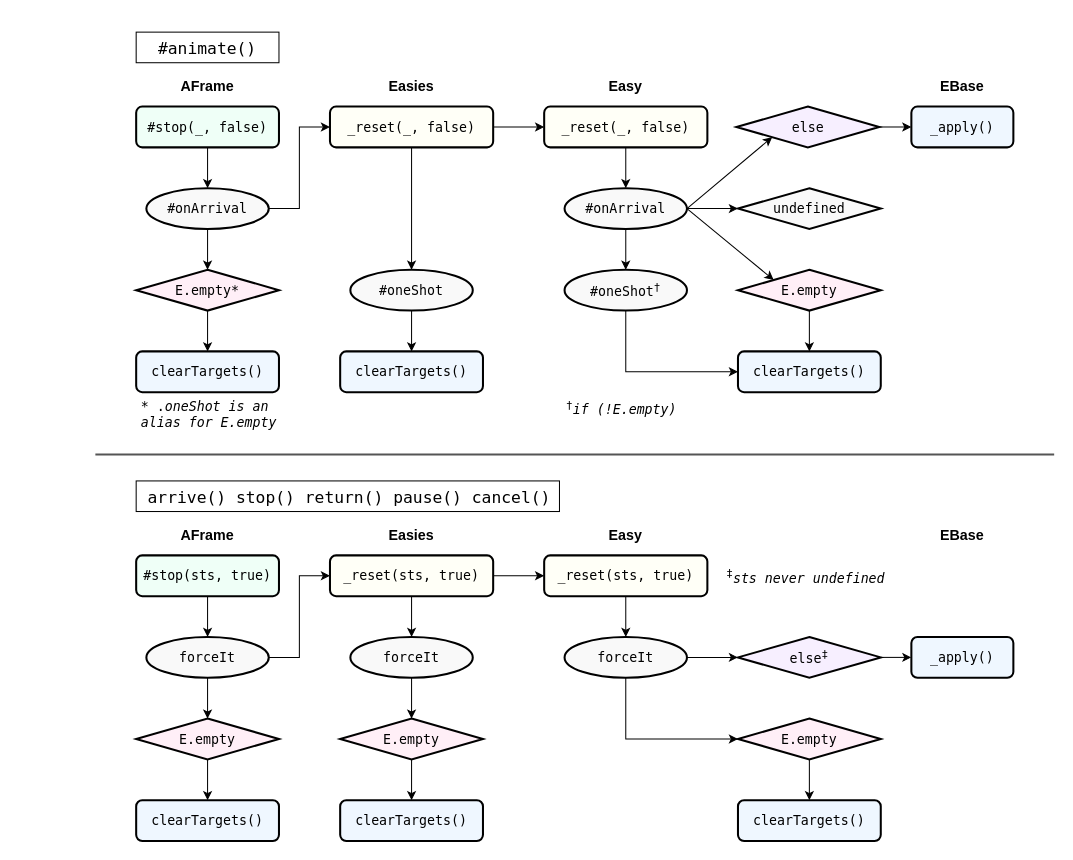
The draw.io diagram docs/raf-onArrival.drawio in sidewayss/rAF, before the edit. Source tidied: cells renumbered, new cells numbered last; positions are measured from the earlier drawing's top-left corner, leaving out a move shared by most shapes. Both pictures are drawn from the tidied source at 102%, with x=0, y=0 at pixel (95, 32).
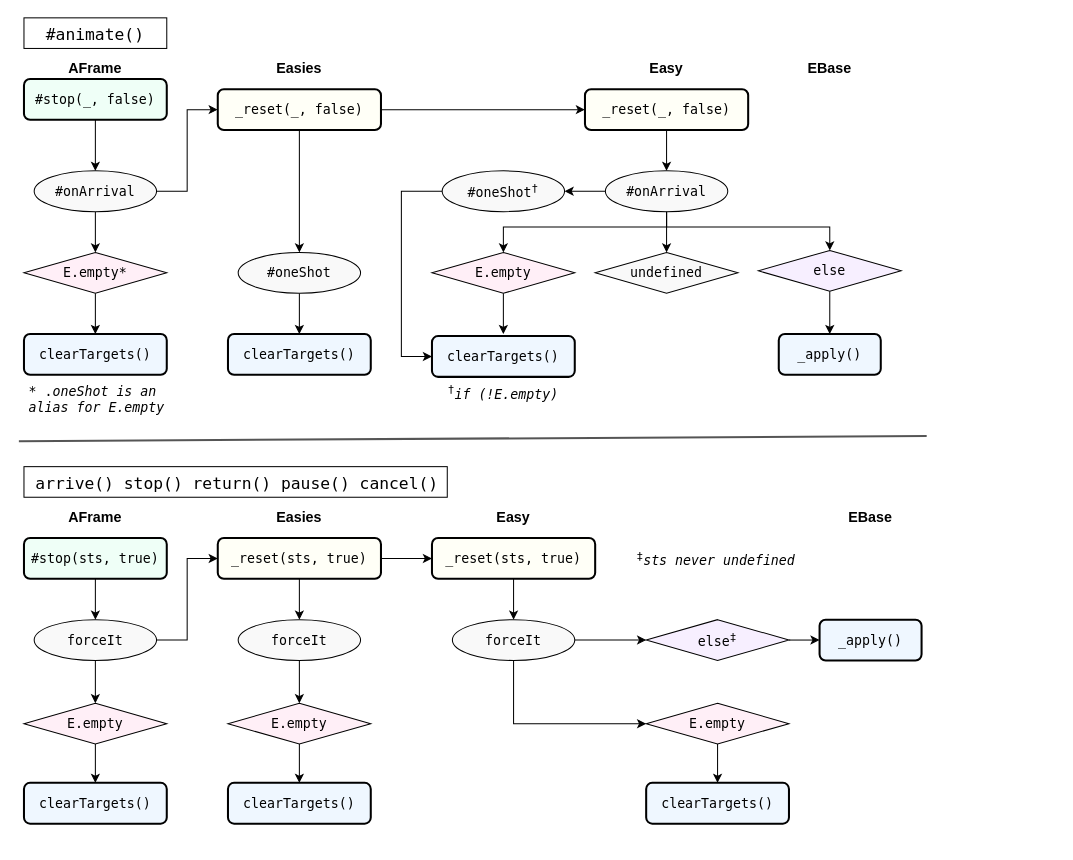
The same diagram, later.

What changed in the source:
```diff
@@
     <mxCell id="4" value="_reset(_, false)" style="rounded=1;whiteSpace=wrap;html=1;fontFamily=Lucida Console;fontSize=13;fontStyle=0;strokeWidth=2;fillColor=#FFFFF7;" parent="1" vertex="1">
-      <mxGeometry x="230" y="73" width="160" height="40" as="geometry" />
+      <mxGeometry x="120" y="56" width="160" height="40" as="geometry" />
     </mxCell>
     <mxCell id="5" value="AFrame" style="text;html=1;align=center;verticalAlign=middle;whiteSpace=wrap;rounded=0;fontSize=14;fontStyle=1;" parent="1" vertex="1">
-      <mxGeometry x="50" y="43" width="120" height="20" as="geometry" />
+      <mxGeometry x="-60" y="26" width="120" height="20" as="geometry" />
     </mxCell>
     <mxCell id="6" value="Easies" style="text;html=1;align=center;verticalAlign=middle;whiteSpace=wrap;rounded=0;fontSize=14;fontStyle=1;" parent="1" vertex="1">
-      <mxGeometry x="250" y="43" width="120" height="20" as="geometry" />
+      <mxGeometry x="140" y="26" width="120" height="20" as="geometry" />
     </mxCell>
     <mxCell id="7" value="Easy" style="text;html=1;align=center;verticalAlign=middle;whiteSpace=wrap;rounded=0;fontSize=14;fontStyle=1;" parent="1" vertex="1">
-      <mxGeometry x="460" y="43" width="120" height="20" as="geometry" />
+      <mxGeometry x="500" y="26" width="120" height="20" as="geometry" />
     </mxCell>
     <mxCell id="8" value="EBase" style="text;html=1;align=center;verticalAlign=middle;whiteSpace=wrap;rounded=0;fontSize=14;fontStyle=1;" parent="1" vertex="1">
-      <mxGeometry x="790" y="43" width="120" height="20" as="geometry" />
+      <mxGeometry x="660" y="26" width="120" height="20" as="geometry" />
     </mxCell>
@@
-    <mxCell id="11" value="#&lt;span style=&quot;background-color: initial;&quot;&gt;onArrival&lt;/span&gt;" style="ellipse;whiteSpace=wrap;html=1;fontFamily=Lucida Console;fontSize=13;strokeWidth=2;fillColor=#f9f9f9;" parent="1" vertex="1">
-      <mxGeometry x="50" y="153" width="120" height="40" as="geometry" />
+    <mxCell id="11" value="#&lt;span style=&quot;background-color: initial;&quot;&gt;onArrival&lt;/span&gt;" style="ellipse;whiteSpace=wrap;html=1;fontFamily=Lucida Console;fontSize=13;strokeWidth=1;fillColor=#f9f9f9;" parent="1" vertex="1">
+      <mxGeometry x="-60" y="136" width="120" height="40" as="geometry" />
     </mxCell>
@@
     <mxCell id="13" value="_reset(_, false)" style="rounded=1;whiteSpace=wrap;html=1;fontFamily=Lucida Console;fontSize=13;fontStyle=0;strokeWidth=2;fillColor=#FFFFF7;" parent="1" vertex="1">
-      <mxGeometry x="440" y="73" width="160" height="40" as="geometry" />
+      <mxGeometry x="480" y="56" width="160" height="40" as="geometry" />
     </mxCell>
-    <mxCell id="14" style="edgeStyle=orthogonalEdgeStyle;rounded=0;jettySize=auto;html=1;exitX=0.5;exitY=1;exitDx=0;exitDy=0;entryX=0.5;entryY=0;entryDx=0;entryDy=0;" parent="1" edge="1" source="17" target="22">
-      <mxGeometry relative="1" as="geometry" />
-    </mxCell>
-    <mxCell id="15" style="edgeStyle=orthogonalEdgeStyle;rounded=0;jettySize=auto;html=1;exitX=1;exitY=0.5;exitDx=0;exitDy=0;entryX=0;entryY=0.5;entryDx=0;entryDy=0;" parent="1" edge="1" source="17" target="56">
+    <mxCell id="15" style="edgeStyle=orthogonalEdgeStyle;rounded=0;jettySize=auto;html=1;exitX=0.5;exitY=1;exitDx=0;exitDy=0;entryX=0.5;entryY=0;entryDx=0;entryDy=0;" parent="1" edge="1" source="17" target="56">
       <mxGeometry relative="1" as="geometry" />
     </mxCell>
-    <mxCell id="16" style="rounded=0;jettySize=auto;html=1;exitX=1;exitY=0.5;exitDx=0;exitDy=0;entryX=0;entryY=0;entryDx=0;entryDy=0;" parent="1" edge="1" source="17" target="58">
-      <mxGeometry relative="1" as="geometry" />
+    <mxCell id="16" style="edgeStyle=orthogonalEdgeStyle;rounded=0;jettySize=auto;html=1;exitX=0.5;exitY=1;exitDx=0;exitDy=0;entryX=0.5;entryY=0;entryDx=0;entryDy=0;" parent="1" edge="1" source="17" target="58">
+      <mxGeometry relative="1" as="geometry">
+        <Array as="points">
+          <mxPoint x="560" y="191" />
+          <mxPoint x="400" y="191" />
+        </Array>
+      </mxGeometry>
     </mxCell>
+    <mxCell id="14" style="edgeStyle=orthogonalEdgeStyle;rounded=0;jettySize=auto;html=1;exitX=0;exitY=0.5;exitDx=0;exitDy=0;entryX=1;entryY=0.5;entryDx=0;entryDy=0;" parent="1" edge="1" source="17" target="22">
+      <mxGeometry relative="1" as="geometry" />
+    </mxCell>
-    <mxCell id="17" value="#&lt;span style=&quot;background-color: initial;&quot;&gt;onArrival&lt;/span&gt;" style="ellipse;whiteSpace=wrap;html=1;fontFamily=Lucida Console;fontSize=13;strokeWidth=2;fillColor=#f9f9f9;" parent="1" vertex="1">
-      <mxGeometry x="460" y="153" width="120" height="40" as="geometry" />
+    <mxCell id="17" value="#&lt;span style=&quot;background-color: initial;&quot;&gt;onArrival&lt;/span&gt;" style="ellipse;whiteSpace=wrap;html=1;fontFamily=Lucida Console;fontSize=13;strokeWidth=1;fillColor=#f9f9f9;" parent="1" vertex="1">
+      <mxGeometry x="500" y="136" width="120" height="40" as="geometry" />
     </mxCell>
@@
-    <mxCell id="19" value="#oneShot" style="ellipse;whiteSpace=wrap;html=1;fontFamily=Lucida Console;fontSize=13;strokeWidth=2;fillColor=#f9f9f9;" parent="1" vertex="1">
-      <mxGeometry x="250" y="233" width="120" height="40" as="geometry" />
+    <mxCell id="19" value="#oneShot" style="ellipse;whiteSpace=wrap;html=1;fontFamily=Lucida Console;fontSize=13;strokeWidth=1;fillColor=#f9f9f9;" parent="1" vertex="1">
+      <mxGeometry x="140" y="216" width="120" height="40" as="geometry" />
     </mxCell>
     <mxCell id="20" value="clearTargets()" style="rounded=1;whiteSpace=wrap;html=1;fontFamily=Lucida Console;fontSize=13;fontStyle=0;strokeWidth=2;fillColor=#eff7ff;" parent="1" vertex="1">
-      <mxGeometry x="240" y="313" width="140" height="40" as="geometry" />
+      <mxGeometry x="130" y="296" width="140" height="40" as="geometry" />
     </mxCell>
-    <mxCell id="21" style="edgeStyle=orthogonalEdgeStyle;rounded=0;jettySize=auto;html=1;exitX=0.5;exitY=1;exitDx=0;exitDy=0;entryX=0;entryY=0.5;entryDx=0;entryDy=0;" parent="1" edge="1" source="22" target="23">
-      <mxGeometry relative="1" as="geometry" />
+    <mxCell id="21" style="edgeStyle=orthogonalEdgeStyle;rounded=0;jettySize=auto;html=1;exitX=0;exitY=0.5;exitDx=0;exitDy=0;entryX=0;entryY=0.5;entryDx=0;entryDy=0;" parent="1" edge="1" source="22" target="23">
+      <mxGeometry relative="1" as="geometry">
+        <Array as="points">
+          <mxPoint x="300" y="156" />
+          <mxPoint x="300" y="318" />
+        </Array>
+      </mxGeometry>
     </mxCell>
-    <mxCell id="22" value="#&lt;span style=&quot;background-color: initial;&quot;&gt;oneShot&lt;/span&gt;&lt;sup&gt;†&lt;/sup&gt;" style="ellipse;whiteSpace=wrap;html=1;fontFamily=Lucida Console;fontSize=13;strokeWidth=2;fillColor=#f9f9f9;" parent="1" vertex="1">
-      <mxGeometry x="460" y="233" width="120" height="40" as="geometry" />
+    <mxCell id="22" value="#&lt;span style=&quot;background-color: initial;&quot;&gt;oneShot&lt;/span&gt;&lt;sup&gt;†&lt;/sup&gt;" style="ellipse;whiteSpace=wrap;html=1;fontFamily=Lucida Console;fontSize=13;strokeWidth=1;fillColor=#f9f9f9;" parent="1" vertex="1">
+      <mxGeometry x="340" y="136" width="120" height="40" as="geometry" />
     </mxCell>
     <mxCell id="23" value="clearTargets()" style="rounded=1;whiteSpace=wrap;html=1;fontFamily=Lucida Console;fontSize=13;fontStyle=0;strokeWidth=2;fillColor=#eff7ff;" parent="1" vertex="1">
-      <mxGeometry x="630" y="313" width="140" height="40" as="geometry" />
+      <mxGeometry x="330" y="298" width="140" height="40" as="geometry" />
     </mxCell>
     <mxCell id="24" value="clearTargets()" style="rounded=1;whiteSpace=wrap;html=1;fontFamily=Lucida Console;fontSize=13;fontStyle=0;strokeWidth=2;fillColor=#eff7ff;" parent="1" vertex="1">
-      <mxGeometry x="40" y="313" width="140" height="40" as="geometry" />
+      <mxGeometry x="-70" y="296" width="140" height="40" as="geometry" />
     </mxCell>
@@
     <mxCell id="27" value="_reset(sts, true)" style="rounded=1;whiteSpace=wrap;html=1;fontFamily=Lucida Console;fontSize=13;fontStyle=0;strokeWidth=2;fillColor=#FFFFF7;" parent="1" vertex="1">
-      <mxGeometry x="230" y="513" width="160" height="40" as="geometry" />
+      <mxGeometry x="120" y="496" width="160" height="40" as="geometry" />
     </mxCell>
@@
-    <mxCell id="30" value="forceIt" style="ellipse;whiteSpace=wrap;html=1;fontFamily=Lucida Console;fontSize=13;strokeWidth=2;fillColor=#f9f9f9;" parent="1" vertex="1">
-      <mxGeometry x="50" y="593" width="120" height="40" as="geometry" />
+    <mxCell id="30" value="forceIt" style="ellipse;whiteSpace=wrap;html=1;fontFamily=Lucida Console;fontSize=13;strokeWidth=1;fillColor=#f9f9f9;" parent="1" vertex="1">
+      <mxGeometry x="-60" y="576" width="120" height="40" as="geometry" />
     </mxCell>
@@
-    <mxCell id="32" value="forceIt" style="ellipse;whiteSpace=wrap;html=1;fontFamily=Lucida Console;fontSize=13;strokeWidth=2;fillColor=#f9f9f9;" parent="1" vertex="1">
-      <mxGeometry x="250" y="593" width="120" height="40" as="geometry" />
+    <mxCell id="32" value="forceIt" style="ellipse;whiteSpace=wrap;html=1;fontFamily=Lucida Console;fontSize=13;strokeWidth=1;fillColor=#f9f9f9;" parent="1" vertex="1">
+      <mxGeometry x="140" y="576" width="120" height="40" as="geometry" />
     </mxCell>
@@
     <mxCell id="34" value="_reset(sts, true)" style="rounded=1;whiteSpace=wrap;html=1;fontFamily=Lucida Console;fontSize=13;fontStyle=0;strokeWidth=2;fillColor=#FFFFF7;" parent="1" vertex="1">
-      <mxGeometry x="440" y="513" width="160" height="40" as="geometry" />
+      <mxGeometry x="330" y="496" width="160" height="40" as="geometry" />
     </mxCell>
@@
-    <mxCell id="37" value="forceIt" style="ellipse;whiteSpace=wrap;html=1;fontFamily=Lucida Console;fontSize=13;strokeWidth=2;fillColor=#f9f9f9;" parent="1" vertex="1">
-      <mxGeometry x="460" y="593" width="120" height="40" as="geometry" />
+    <mxCell id="37" value="forceIt" style="ellipse;whiteSpace=wrap;html=1;fontFamily=Lucida Console;fontSize=13;strokeWidth=1;fillColor=#f9f9f9;" parent="1" vertex="1">
+      <mxGeometry x="350" y="576" width="120" height="40" as="geometry" />
     </mxCell>
     <mxCell id="38" value="clearTargets()" style="rounded=1;whiteSpace=wrap;html=1;fontFamily=Lucida Console;fontSize=13;fontStyle=0;strokeWidth=2;fillColor=#eff7ff;" parent="1" vertex="1">
-      <mxGeometry x="240" y="753" width="140" height="40" as="geometry" />
+      <mxGeometry x="130" y="736" width="140" height="40" as="geometry" />
     </mxCell>
     <mxCell id="39" value="clearTargets()" style="rounded=1;whiteSpace=wrap;html=1;fontFamily=Lucida Console;fontSize=13;fontStyle=0;strokeWidth=2;fillColor=#eff7ff;" parent="1" vertex="1">
-      <mxGeometry x="630" y="753" width="140" height="40" as="geometry" />
+      <mxGeometry x="540" y="736" width="140" height="40" as="geometry" />
     </mxCell>
     <mxCell id="40" value="clearTargets()" style="rounded=1;whiteSpace=wrap;html=1;fontFamily=Lucida Console;fontSize=13;fontStyle=0;strokeWidth=2;fillColor=#eff7ff;" parent="1" vertex="1">
-      <mxGeometry x="40" y="753" width="140" height="40" as="geometry" />
+      <mxGeometry x="-70" y="736" width="140" height="40" as="geometry" />
     </mxCell>
     <mxCell id="41" value="_apply()" style="rounded=1;whiteSpace=wrap;html=1;fontFamily=Lucida Console;fontSize=13;fontStyle=0;strokeWidth=2;fillColor=#eff7ff;" parent="1" vertex="1">
-      <mxGeometry x="800" y="73" width="100" height="40" as="geometry" />
+      <mxGeometry x="670" y="296" width="100" height="40" as="geometry" />
     </mxCell>
     <mxCell id="42" value="_apply()" style="rounded=1;whiteSpace=wrap;html=1;fontFamily=Lucida Console;fontSize=13;fontStyle=0;strokeWidth=2;fillColor=#eff7ff;" parent="1" vertex="1">
-      <mxGeometry x="800" y="593" width="100" height="40" as="geometry" />
+      <mxGeometry x="710" y="576" width="100" height="40" as="geometry" />
     </mxCell>
     <mxCell id="43" value="AFrame" style="text;html=1;align=center;verticalAlign=middle;whiteSpace=wrap;rounded=0;fontSize=14;fontStyle=1;" parent="1" vertex="1">
-      <mxGeometry x="50" y="483" width="120" height="20" as="geometry" />
+      <mxGeometry x="-60" y="466" width="120" height="20" as="geometry" />
     </mxCell>
     <mxCell id="44" value="Easies" style="text;html=1;align=center;verticalAlign=middle;whiteSpace=wrap;rounded=0;fontSize=14;fontStyle=1;" parent="1" vertex="1">
-      <mxGeometry x="250" y="483" width="120" height="20" as="geometry" />
+      <mxGeometry x="140" y="466" width="120" height="20" as="geometry" />
     </mxCell>
     <mxCell id="45" value="Easy" style="text;html=1;align=center;verticalAlign=middle;whiteSpace=wrap;rounded=0;fontSize=14;fontStyle=1;" parent="1" vertex="1">
-      <mxGeometry x="460" y="483" width="120" height="20" as="geometry" />
+      <mxGeometry x="350" y="466" width="120" height="20" as="geometry" />
     </mxCell>
     <mxCell id="46" value="EBase" style="text;html=1;align=center;verticalAlign=middle;whiteSpace=wrap;rounded=0;fontSize=14;fontStyle=1;" parent="1" vertex="1">
-      <mxGeometry x="790" y="483" width="120" height="20" as="geometry" />
+      <mxGeometry x="700" y="466" width="120" height="20" as="geometry" />
     </mxCell>
     <mxCell id="47" value="&lt;div style=&quot;text-align: center;&quot;&gt;&lt;span style=&quot;background-color: initial; text-align: left; font-size: 13px;&quot;&gt;&lt;font face=&quot;Lucida Console&quot;&gt;&lt;sup&gt;†&lt;/sup&gt;&lt;/font&gt;&lt;/span&gt;&lt;span style=&quot;background-color: initial; font-size: 13px;&quot;&gt;&lt;font face=&quot;Lucida Console&quot;&gt;&lt;i&gt;if (!E.empty)&lt;/i&gt;&lt;/font&gt;&lt;/span&gt;&lt;/div&gt;" style="text;whiteSpace=wrap;html=1;" parent="1" vertex="1">
-      <mxGeometry x="460" y="353" width="120" height="30" as="geometry" />
+      <mxGeometry x="344" y="338" width="120" height="30" as="geometry" />
     </mxCell>
@@
     <mxCell id="49" value="#stop(_, false)" style="rounded=1;whiteSpace=wrap;html=1;fontFamily=Lucida Console;fontSize=13;fontStyle=0;strokeWidth=2;fillColor=#Effff7;" parent="1" vertex="1">
-      <mxGeometry x="40" y="73" width="140" height="40" as="geometry" />
+      <mxGeometry x="-70" y="46" width="140" height="40" as="geometry" />
     </mxCell>
@@
     <mxCell id="51" value="#stop(sts, true)" style="rounded=1;whiteSpace=wrap;html=1;fontFamily=Lucida Console;fontSize=13;fontStyle=0;strokeWidth=2;fillColor=#Effff7;" parent="1" vertex="1">
-      <mxGeometry x="40" y="513" width="140" height="40" as="geometry" />
+      <mxGeometry x="-70" y="496" width="140" height="40" as="geometry" />
     </mxCell>
     <mxCell id="52" value="&lt;div style=&quot;&quot;&gt;&lt;span style=&quot;background-color: initial; font-size: 13px;&quot;&gt;&lt;font face=&quot;Lucida Console&quot;&gt;* .&lt;i&gt;oneShot is an alias for E.empty&lt;/i&gt;&lt;/font&gt;&lt;/span&gt;&lt;/div&gt;" style="text;whiteSpace=wrap;html=1;" parent="1" vertex="1">
-      <mxGeometry x="43" y="353" width="137" height="50" as="geometry" />
+      <mxGeometry x="-67" y="338" width="137" height="50" as="geometry" />
     </mxCell>
     <mxCell id="53" value="&lt;div style=&quot;text-align: center;&quot;&gt;&lt;span style=&quot;background-color: initial; text-align: left; font-size: 13px;&quot;&gt;&lt;font face=&quot;Lucida Console&quot;&gt;&lt;sup&gt;‡&lt;/sup&gt;&lt;/font&gt;&lt;/span&gt;&lt;span style=&quot;background-color: initial; font-size: 13px;&quot;&gt;&lt;font face=&quot;Lucida Console&quot;&gt;&lt;i&gt;sts never undefined&lt;/i&gt;&lt;/font&gt;&lt;/span&gt;&lt;/div&gt;" style="text;whiteSpace=wrap;html=1;" parent="1" vertex="1">
-      <mxGeometry x="617" y="518" width="163" height="30" as="geometry" />
+      <mxGeometry x="528.5" y="501" width="163" height="30" as="geometry" />
     </mxCell>
     <mxCell id="54" value="&lt;span style=&quot;color: rgb(0, 0, 0); font-family: &amp;quot;Lucida Console&amp;quot;; font-size: 16px; font-style: normal; font-variant-ligatures: normal; font-variant-caps: normal; font-weight: 400; letter-spacing: normal; orphans: 2; text-indent: 0px; text-transform: none; widows: 2; word-spacing: 0px; -webkit-text-stroke-width: 0px; white-space: normal; text-decoration-thickness: initial; text-decoration-style: initial; text-decoration-color: initial; float: none; display: inline !important;&quot;&gt;#animate()&lt;/span&gt;" style="text;whiteSpace=wrap;html=1;fontSize=16;align=center;labelBorderColor=none;strokeColor=default;glass=0;shadow=0;rounded=0;strokeWidth=1;fillColor=default;labelBackgroundColor=default;verticalAlign=middle;spacingBottom=0;spacingTop=1;" parent="1" vertex="1">
-      <mxGeometry x="40" width="140" height="30" as="geometry" />
+      <mxGeometry x="-70" y="-14" width="140" height="30" as="geometry" />
     </mxCell>
     <mxCell id="55" value="&lt;span style=&quot;color: rgb(0, 0, 0); font-family: &amp;quot;Lucida Console&amp;quot;; font-size: 16px; font-style: normal; font-variant-ligatures: normal; font-variant-caps: normal; font-weight: 400; letter-spacing: normal; orphans: 2; text-indent: 0px; text-transform: none; widows: 2; word-spacing: 0px; -webkit-text-stroke-width: 0px; white-space: normal; text-decoration-thickness: initial; text-decoration-style: initial; text-decoration-color: initial; float: none; display: inline !important;&quot;&gt;&amp;nbsp;arrive() stop() return() pause() cancel()&lt;/span&gt;" style="text;whiteSpace=wrap;html=1;fontSize=16;align=left;strokeColor=default;fillColor=default;labelBackgroundColor=default;verticalAlign=middle;spacingBottom=0;spacingTop=1;" parent="1" vertex="1">
-      <mxGeometry x="40" y="440" width="415" height="30" as="geometry" />
+      <mxGeometry x="-70" y="426" width="415" height="30" as="geometry" />
     </mxCell>
-    <mxCell id="56" value="undefined" style="rhombus;whiteSpace=wrap;html=1;fontSize=13;fontFamily=Lucida Console;strokeWidth=2;fillColor=#f9f9f9;" parent="1" vertex="1">
-      <mxGeometry x="630" y="153" width="140" height="40" as="geometry" />
+    <mxCell id="56" value="undefined" style="rhombus;whiteSpace=wrap;html=1;fontSize=13;fontFamily=Lucida Console;strokeWidth=1;fillColor=#f9f9f9;" parent="1" vertex="1">
+      <mxGeometry x="490" y="216" width="140" height="40" as="geometry" />
     </mxCell>
-    <mxCell id="57" style="edgeStyle=orthogonalEdgeStyle;rounded=0;jettySize=auto;html=1;exitX=0.5;exitY=1;exitDx=0;exitDy=0;entryX=0.5;entryY=0;entryDx=0;entryDy=0;" parent="1" edge="1" source="58" target="23">
-      <mxGeometry relative="1" as="geometry" />
-    </mxCell>
+    <mxCell id="73" style="edgeStyle=orthogonalEdgeStyle;rounded=0;jettySize=auto;html=1;exitX=0.5;exitY=1;exitDx=0;exitDy=0;" parent="1" edge="1" source="58">
+      <mxGeometry relative="1" as="geometry">
+        <mxPoint x="400" y="296" as="targetPoint" />
+      </mxGeometry>
+    </mxCell>
-    <mxCell id="58" value="E.empty" style="rhombus;whiteSpace=wrap;html=1;fontSize=13;fontFamily=Lucida Console;strokeWidth=2;fillColor=#FFEFF7;" parent="1" vertex="1">
-      <mxGeometry x="630" y="233" width="140" height="40" as="geometry" />
+    <mxCell id="58" value="E.empty" style="rhombus;whiteSpace=wrap;html=1;fontSize=13;fontFamily=Lucida Console;strokeWidth=1;fillColor=#FFEFF7;" parent="1" vertex="1">
+      <mxGeometry x="330" y="216" width="140" height="40" as="geometry" />
     </mxCell>
-    <mxCell id="59" style="edgeStyle=orthogonalEdgeStyle;rounded=0;jettySize=auto;html=1;exitX=1;exitY=0.5;exitDx=0;exitDy=0;entryX=0;entryY=0.5;entryDx=0;entryDy=0;" parent="1" edge="1" source="60" target="41">
+    <mxCell id="59" style="edgeStyle=orthogonalEdgeStyle;rounded=0;jettySize=auto;html=1;exitX=0.5;exitY=1;exitDx=0;exitDy=0;entryX=0.5;entryY=0;entryDx=0;entryDy=0;" parent="1" edge="1" source="60" target="41">
       <mxGeometry relative="1" as="geometry" />
     </mxCell>
-    <mxCell id="60" value="else" style="rhombus;whiteSpace=wrap;html=1;fontSize=13;fontFamily=Lucida Console;strokeWidth=2;fillColor=#f7efff;" parent="1" vertex="1">
-      <mxGeometry x="628.5" y="73" width="140" height="40" as="geometry" />
+    <mxCell id="60" value="else" style="rhombus;whiteSpace=wrap;html=1;fontSize=13;fontFamily=Lucida Console;strokeWidth=1;fillColor=#f7efff;" parent="1" vertex="1">
+      <mxGeometry x="650" y="214" width="140" height="40" as="geometry" />
     </mxCell>
-    <mxCell id="61" style="rounded=0;jettySize=auto;html=1;exitX=1;exitY=0.5;exitDx=0;exitDy=0;entryX=0;entryY=1;entryDx=0;entryDy=0;" parent="1" edge="1" source="17" target="60">
-      <mxGeometry relative="1" as="geometry" />
-    </mxCell>
@@
-    <mxCell id="63" value="E.empty*" style="rhombus;whiteSpace=wrap;html=1;fontSize=13;fontFamily=Lucida Console;strokeWidth=2;fillColor=#ffeff7;" parent="1" vertex="1">
-      <mxGeometry x="40" y="233" width="140" height="40" as="geometry" />
+    <mxCell id="63" value="E.empty*" style="rhombus;whiteSpace=wrap;html=1;fontSize=13;fontFamily=Lucida Console;strokeWidth=1;fillColor=#ffeff7;" parent="1" vertex="1">
+      <mxGeometry x="-70" y="216" width="140" height="40" as="geometry" />
     </mxCell>
@@
-    <mxCell id="65" value="E.empty" style="rhombus;whiteSpace=wrap;html=1;fontSize=13;fontFamily=Lucida Console;strokeWidth=2;fillColor=#FFEFF7;" parent="1" vertex="1">
-      <mxGeometry x="630" y="673" width="140" height="40" as="geometry" />
+    <mxCell id="65" value="E.empty" style="rhombus;whiteSpace=wrap;html=1;fontSize=13;fontFamily=Lucida Console;strokeWidth=1;fillColor=#FFEFF7;" parent="1" vertex="1">
+      <mxGeometry x="540" y="658" width="140" height="40" as="geometry" />
     </mxCell>
@@
-    <mxCell id="67" value="else&lt;sup&gt;‡&lt;/sup&gt;" style="rhombus;whiteSpace=wrap;html=1;fontSize=13;fontFamily=Lucida Console;strokeWidth=2;fillColor=#f7efff;" parent="1" vertex="1">
-      <mxGeometry x="630" y="593" width="140" height="40" as="geometry" />
+    <mxCell id="67" value="else&lt;sup&gt;‡&lt;/sup&gt;" style="rhombus;whiteSpace=wrap;html=1;fontSize=13;fontFamily=Lucida Console;strokeWidth=1;fillColor=#f7efff;" parent="1" vertex="1">
+      <mxGeometry x="540" y="576" width="140" height="40" as="geometry" />
     </mxCell>
@@
-    <mxCell id="69" value="E.empty" style="rhombus;whiteSpace=wrap;html=1;fontSize=13;fontFamily=Lucida Console;strokeWidth=2;fillColor=#FFEFF7;" parent="1" vertex="1">
-      <mxGeometry x="40" y="673" width="140" height="40" as="geometry" />
+    <mxCell id="69" value="E.empty" style="rhombus;whiteSpace=wrap;html=1;fontSize=13;fontFamily=Lucida Console;strokeWidth=1;fillColor=#FFEFF7;" parent="1" vertex="1">
+      <mxGeometry x="-70" y="658" width="140" height="40" as="geometry" />
     </mxCell>
@@
-    <mxCell id="71" value="E.empty" style="rhombus;whiteSpace=wrap;html=1;fontSize=13;fontFamily=Lucida Console;strokeWidth=2;fillColor=#FFEFF7;" parent="1" vertex="1">
-      <mxGeometry x="240" y="673" width="140" height="40" as="geometry" />
+    <mxCell id="71" value="E.empty" style="rhombus;whiteSpace=wrap;html=1;fontSize=13;fontFamily=Lucida Console;strokeWidth=1;fillColor=#FFEFF7;" parent="1" vertex="1">
+      <mxGeometry x="130" y="658" width="140" height="40" as="geometry" />
     </mxCell>
-    <mxCell id="72" style="endArrow=none;html=1;rounded=0;fontColor=#333333;strokeColor=#555555;strokeWidth=2;curved=0;" parent="1" edge="1">
+    <mxCell id="72" style="endArrow=none;html=1;rounded=0;fontColor=#333333;strokeColor=#555555;strokeWidth=2;curved=0;endSize=0;startSize=0;startArrow=none;startFill=0;" parent="1" edge="1">
       <mxGeometry relative="1" as="geometry">
-        <mxPoint y="414" as="sourcePoint" />
-        <mxPoint x="940" y="414" as="targetPoint" />
+        <mxPoint x="-75" y="401" as="sourcePoint" />
+        <mxPoint x="815" y="396" as="targetPoint" />
       </mxGeometry>
     </mxCell>
+    <mxCell id="61" style="edgeStyle=orthogonalEdgeStyle;rounded=0;jettySize=auto;html=1;exitX=0.5;exitY=1;exitDx=0;exitDy=0;entryX=0.5;entryY=0;entryDx=0;entryDy=0;entryPerimeter=0;" parent="1" edge="1" source="17" target="60">
+      <mxGeometry relative="1" as="geometry">
+        <Array as="points">
+          <mxPoint x="560" y="191" />
+          <mxPoint x="720" y="191" />
+        </Array>
+      </mxGeometry>
+    </mxCell>
```
